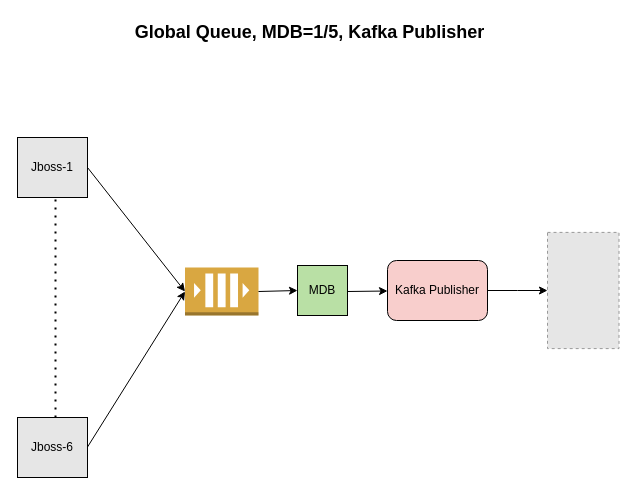
This is page "Global Queue" (2 of 4) of Untitled Diagram.drawio from tsahaca/Project5, a draw.io file, before an edit. Source tidied: cells renumbered, new cells numbered last; positions are measured from the earlier drawing's top-left corner, leaving out a move shared by most shapes. Both pictures are drawn from the tidied source at 100%, with x=0, y=0 at pixel (17, 17). Pictures stored in the file or linked from it are replaced by grey dashed boxes.
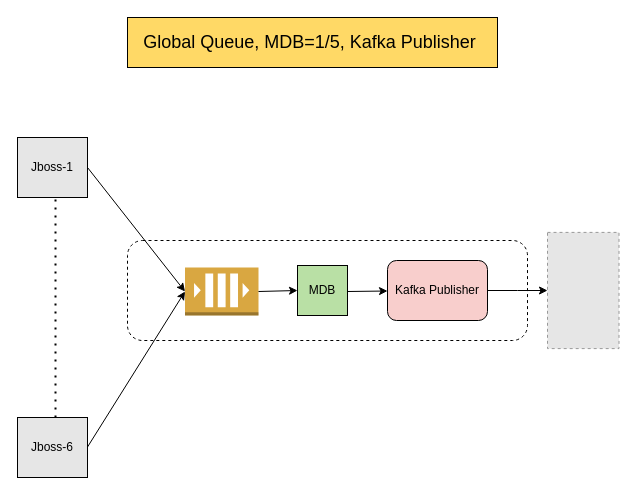
After the change.

Diff of the diagram source:
```diff
@@
 <mxGraphModel>
   <root>
     <mxCell id="0" />
     <mxCell id="1" parent="0" />
+    <mxCell id="15" style="rounded=1;whiteSpace=wrap;html=1;dashed=1;strokeColor=#000000;fillColor=#FFFFFF;fontSize=12;fontColor=#000000;" parent="1" vertex="1">
+      <mxGeometry x="110" y="223" width="400" height="100" as="geometry" />
+    </mxCell>
     <mxCell id="2" value="Jboss-1" style="rounded=0;whiteSpace=wrap;html=1;fillColor=#E6E6E6;" parent="1" vertex="1">
       <mxGeometry y="120" width="70" height="60" as="geometry" />
     </mxCell>
     <mxCell id="3" value="Jboss-6" style="rounded=0;whiteSpace=wrap;html=1;fillColor=#E6E6E6;" parent="1" vertex="1">
       <mxGeometry y="400" width="70" height="60" as="geometry" />
     </mxCell>
     <mxCell id="4" style="outlineConnect=0;dashed=0;verticalLabelPosition=bottom;verticalAlign=top;align=center;html=1;shape=mxgraph.aws3.queue;fillColor=#D9A741;gradientColor=none;" parent="1" vertex="1">
       <mxGeometry x="167.5" y="250" width="73.5" height="48" as="geometry" />
     </mxCell>
     <mxCell id="5" style="endArrow=none;dashed=1;html=1;dashPattern=1 3;strokeWidth=2;entryX=0.5;entryY=1;entryDx=0;entryDy=0;exitX=0.5;exitY=0;exitDx=0;exitDy=0;" parent="1" edge="1">
       <mxGeometry relative="1" as="geometry">
         <mxPoint x="38" y="400" as="sourcePoint" />
         <mxPoint x="38" y="180" as="targetPoint" />
       </mxGeometry>
     </mxCell>
     <mxCell id="6" style="endArrow=classic;html=1;entryX=0;entryY=0.5;entryDx=0;entryDy=0;entryPerimeter=0;" parent="1" edge="1" target="4">
       <mxGeometry relative="1" as="geometry">
         <mxPoint x="70" y="150" as="sourcePoint" />
       </mxGeometry>
     </mxCell>
     <mxCell id="7" style="endArrow=classic;html=1;entryX=0;entryY=0.5;entryDx=0;entryDy=0;entryPerimeter=0;" parent="1" edge="1" target="4">
       <mxGeometry relative="1" as="geometry">
         <mxPoint x="70" y="429.5" as="sourcePoint" />
       </mxGeometry>
     </mxCell>
     <mxCell id="8" value="MDB" style="whiteSpace=wrap;html=1;fillColor=#B9E0A5;" parent="1" vertex="1">
       <mxGeometry x="280" y="248" width="50" height="50" as="geometry" />
     </mxCell>
     <mxCell id="9" style="endArrow=classic;html=1;exitX=1;exitY=0.5;exitDx=0;exitDy=0;exitPerimeter=0;entryX=0;entryY=0.5;entryDx=0;entryDy=0;" parent="1" edge="1" source="4" target="8">
       <mxGeometry relative="1" as="geometry" />
     </mxCell>
     <mxCell id="10" style="edgeStyle=orthogonalEdgeStyle;rounded=0;jettySize=auto;html=1;exitX=1;exitY=0.5;exitDx=0;exitDy=0;" parent="1" edge="1" source="11">
       <mxGeometry relative="1" as="geometry">
         <mxPoint x="530" y="273" as="targetPoint" />
       </mxGeometry>
     </mxCell>
     <mxCell id="11" value="Kafka Publisher" style="rounded=1;whiteSpace=wrap;html=1;fillColor=#F8CECC;" parent="1" vertex="1">
       <mxGeometry x="370" y="243" width="100" height="60" as="geometry" />
     </mxCell>
     <mxCell id="12" style="endArrow=classic;html=1;entryX=0;entryY=0.5;entryDx=0;entryDy=0;" parent="1" edge="1">
       <mxGeometry relative="1" as="geometry">
         <mxPoint x="330" y="274" as="sourcePoint" />
         <mxPoint x="370" y="273.5" as="targetPoint" />
       </mxGeometry>
     </mxCell>
     <mxCell id="13" style="fillColor=#E6E6E6;strokeColor=#999999;dashed=1;verticalLabelPosition=bottom;verticalAlign=top;" parent="1" vertex="1">
       <mxGeometry x="530" y="214.9" width="71.5" height="116.2" as="geometry" />
     </mxCell>
-    <mxCell id="14" value="Global Queue, MDB=1/5, Kafka Publisher&amp;nbsp;" style="text;html=1;strokeColor=none;fillColor=none;align=center;verticalAlign=middle;whiteSpace=wrap;rounded=0;fontStyle=1;fontSize=18;" parent="1" vertex="1">
-      <mxGeometry x="110" width="370" height="30" as="geometry" />
+    <mxCell id="14" value="Global Queue, MDB=1/5, Kafka Publisher&amp;nbsp;" style="text;html=1;align=center;verticalAlign=middle;whiteSpace=wrap;rounded=0;fontStyle=0;fontSize=18;strokeColor=#000000;fillColor=#FFD966;" parent="1" vertex="1">
+      <mxGeometry x="110" width="370" height="50" as="geometry" />
     </mxCell>
   </root>
 </mxGraphModel>
```
